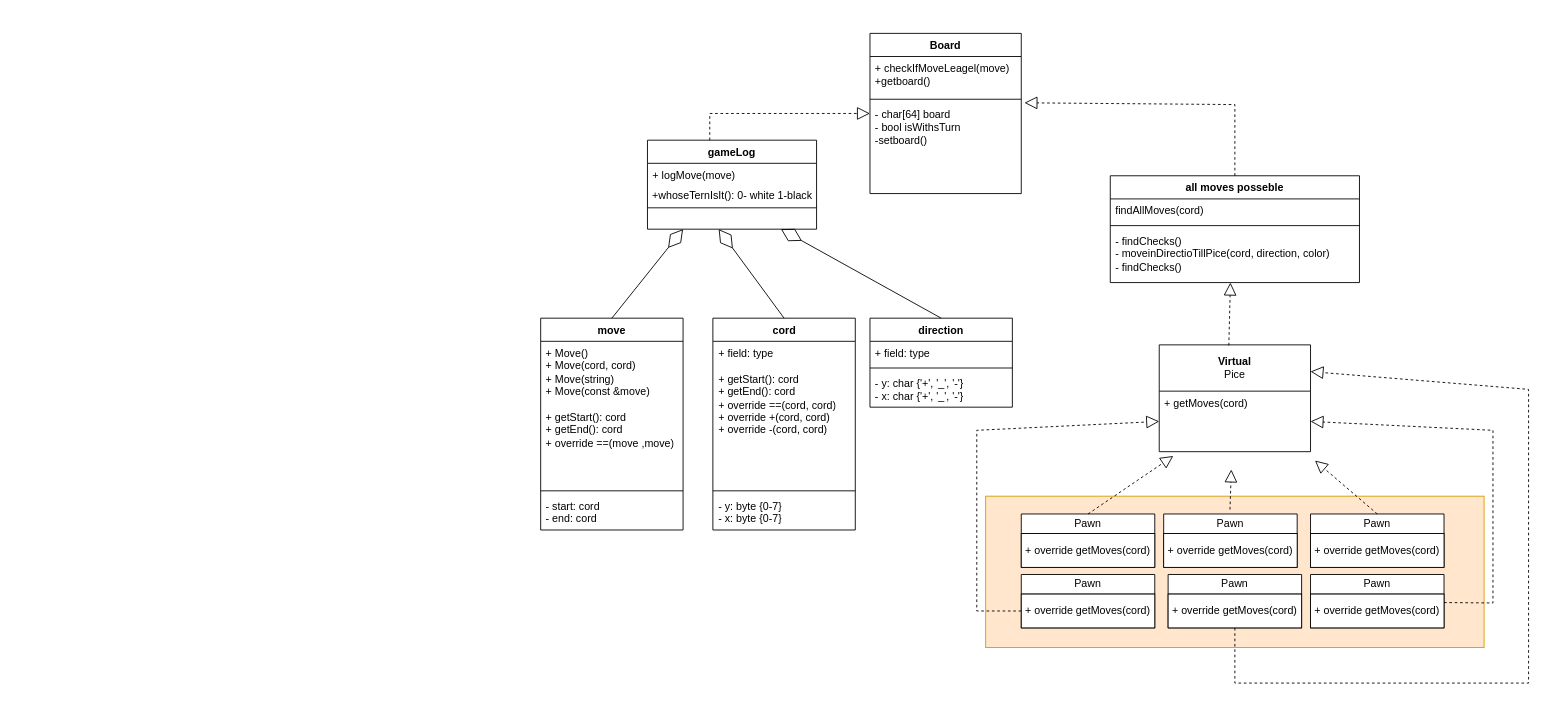
MikeMal13/MIkeMal13.Github.io keeps this draw.io diagram as Untitled Diagram.drawio. Above is the earlier version. Source tidied: cells renumbered, new cells numbered last; positions are measured from the earlier drawing's top-left corner, leaving out a move shared by most shapes. Both pictures are drawn from the tidied source at 89%, with x=0, y=0 at pixel (540, 33).
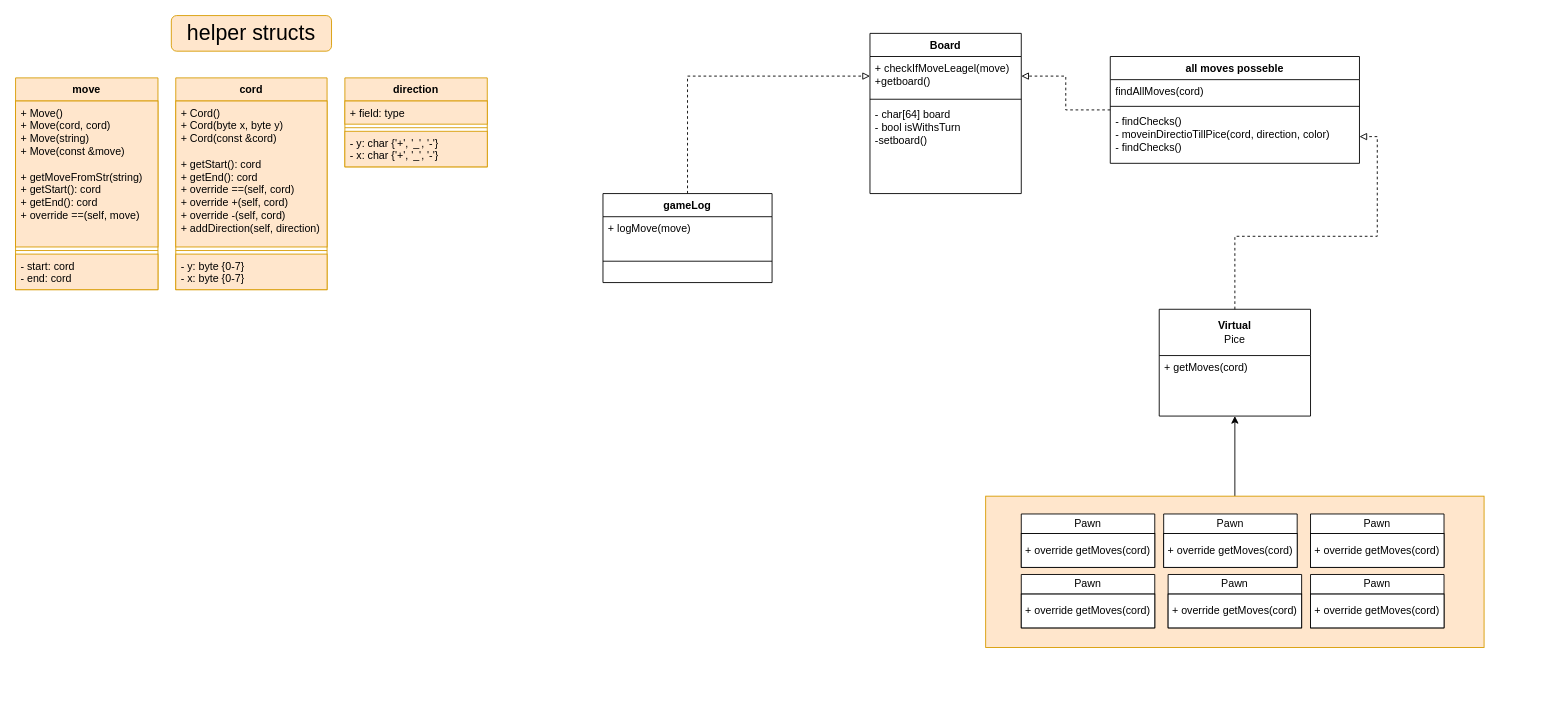
The same page after the edit.

The change refers to these unchanged cells:
```xml
<mxCell id="2" style="html=1;whiteSpace=wrap;fillColor=#ffe6cc;strokeColor=#d79b00;" parent="1" vertex="1">
  <mxGeometry x="500" y="520" width="560" height="170" as="geometry" />
</mxCell>
<mxCell id="4" value="+ checkIfMoveLeagel(move)&lt;br&gt;+getboard()" style="text;strokeColor=none;fillColor=none;align=left;verticalAlign=top;spacingLeft=4;spacingRight=4;overflow=hidden;points=[[0,0.5],[1,0.5]];portConstraint=eastwest;whiteSpace=wrap;html=1;" parent="3" vertex="1">
  <mxGeometry y="26" width="170" height="44" as="geometry" />
</mxCell>
<mxCell id="6" value="&lt;div&gt;- char[64] board&lt;/div&gt;&lt;div&gt;- bool isWithsTurn&lt;br&gt;-setboard()&lt;/div&gt;" style="text;strokeColor=none;fillColor=none;align=left;verticalAlign=top;spacingLeft=4;spacingRight=4;overflow=hidden;points=[[0,0.5],[1,0.5]];portConstraint=eastwest;whiteSpace=wrap;html=1;" parent="3" vertex="1">
  <mxGeometry y="78" width="170" height="102" as="geometry" />
</mxCell>
<mxCell id="10" value="- findChecks()&lt;br&gt;- moveinDirectioTillPice(cord, direction, color)&lt;br&gt;- findChecks()" style="text;strokeColor=none;fillColor=none;align=left;verticalAlign=top;spacingLeft=4;spacingRight=4;overflow=hidden;points=[[0,0.5],[1,0.5]];portConstraint=eastwest;whiteSpace=wrap;html=1;" parent="7" vertex="1">
  <mxGeometry y="60" width="280" height="60" as="geometry" />
</mxCell>
<mxCell id="12" value="+ getMoves(cord)&lt;br&gt;" style="text;strokeColor=none;fillColor=none;align=left;verticalAlign=top;spacingLeft=4;spacingRight=4;overflow=hidden;points=[[0,0.5],[1,0.5]];portConstraint=eastwest;whiteSpace=wrap;html=1;" parent="11" vertex="1">
  <mxGeometry y="52" width="170" height="68" as="geometry" />
</mxCell>
<mxCell id="14" value="+ override getMoves(cord)" style="rounded=0;whiteSpace=wrap;html=1;" parent="13" vertex="1">
  <mxGeometry y="22" width="150" height="38" as="geometry" />
</mxCell>
<mxCell id="16" value="+ override getMoves(cord)" style="rounded=0;whiteSpace=wrap;html=1;" parent="15" vertex="1">
  <mxGeometry y="22" width="150" height="38" as="geometry" />
</mxCell>
<mxCell id="18" value="+ override getMoves(cord)" style="rounded=0;whiteSpace=wrap;html=1;" parent="17" vertex="1">
  <mxGeometry y="22" width="150" height="38" as="geometry" />
</mxCell>
<mxCell id="23" value="Pawn" style="swimlane;fontStyle=0;horizontal=1;startSize=22;fillColor=default;whiteSpace=wrap;html=1;swimlaneFillColor=default;" parent="1" vertex="1">
  <mxGeometry x="540" y="540" width="150" height="60" as="geometry" />
</mxCell>
```

Change to the diagram source:
```diff
@@
+    <mxCell id="53" style="edgeStyle=orthogonalEdgeStyle;rounded=0;jettySize=auto;html=1;" parent="1" edge="1" source="2" target="11">
+      <mxGeometry relative="1" as="geometry" />
+    </mxCell>
@@
+    <mxCell id="54" style="edgeStyle=orthogonalEdgeStyle;rounded=0;jettySize=auto;html=1;entryX=1;entryY=0.5;entryDx=0;entryDy=0;dashed=1;endArrow=block;endFill=0;" parent="1" edge="1" source="7" target="4">
+      <mxGeometry relative="1" as="geometry" />
+    </mxCell>
     <mxCell id="7" value="all moves posseble" style="swimlane;fontStyle=1;align=center;verticalAlign=top;horizontal=1;startSize=26;whiteSpace=wrap;html=1;" parent="1" vertex="1">
-      <mxGeometry x="640" y="160" width="280" height="120" as="geometry" />
+      <mxGeometry x="640" y="26" width="280" height="120" as="geometry" />
     </mxCell>
@@
+    <mxCell id="55" style="edgeStyle=orthogonalEdgeStyle;rounded=0;jettySize=auto;html=1;entryX=1;entryY=0.5;entryDx=0;entryDy=0;dashed=1;endArrow=block;endFill=0;" parent="1" edge="1" source="11" target="10">
+      <mxGeometry relative="1" as="geometry" />
+    </mxCell>
     <mxCell id="11" value="&lt;b&gt;Virtual&lt;/b&gt;&lt;br&gt;Pice" style="swimlane;fontStyle=0;horizontal=1;startSize=52;fillColor=none;whiteSpace=wrap;html=1;" parent="1" vertex="1">
-      <mxGeometry x="695" y="350" width="170" height="120" as="geometry" />
+      <mxGeometry x="695" y="310" width="170" height="120" as="geometry" />
     </mxCell>
@@
+    <mxCell id="56" style="edgeStyle=orthogonalEdgeStyle;rounded=0;jettySize=auto;html=1;dashed=1;endArrow=block;endFill=0;" parent="1" edge="1" source="25" target="4">
+      <mxGeometry relative="1" as="geometry" />
+    </mxCell>
     <mxCell id="25" value="gameLog" style="swimlane;fontStyle=1;align=center;verticalAlign=top;horizontal=1;startSize=26;whiteSpace=wrap;html=1;" parent="1" vertex="1">
-      <mxGeometry x="120" y="120" width="190" height="100" as="geometry" />
+      <mxGeometry x="70" y="180" width="190" height="100" as="geometry" />
     </mxCell>
-    <mxCell id="26" style="endArrow=block;dashed=1;endFill=0;endSize=12;html=1;rounded=0;" parent="25" edge="1">
-      <mxGeometry relative="1" as="geometry">
-        <mxPoint x="70" as="sourcePoint" />
-        <mxPoint x="250" y="-30" as="targetPoint" />
-        <Array as="points">
-          <mxPoint x="70" y="-30" />
-        </Array>
-      </mxGeometry>
-    </mxCell>
@@
-    <mxCell id="29" value="cord" style="swimlane;fontStyle=1;align=center;verticalAlign=top;horizontal=1;startSize=26;whiteSpace=wrap;html=1;" parent="1" vertex="1">
-      <mxGeometry x="193.5" y="320" width="160" height="238" as="geometry" />
+    <mxCell id="29" value="cord" style="swimlane;fontStyle=1;align=center;verticalAlign=top;horizontal=1;startSize=26;whiteSpace=wrap;html=1;fillColor=#ffe6cc;strokeColor=#d79b00;" parent="1" vertex="1">
+      <mxGeometry x="-410" y="50" width="170" height="238" as="geometry" />
     </mxCell>
-    <mxCell id="30" value="&lt;div&gt;+ field: type&lt;/div&gt;&lt;div&gt;&lt;br&gt;&lt;/div&gt;&lt;div&gt;&lt;div&gt;+ getStart(): cord&lt;/div&gt;&lt;div&gt;+ getEnd(): cord&lt;br&gt;+ override ==(cord, cord)&lt;/div&gt;+ override +(cord, cord)&lt;/div&gt;&lt;div&gt;+ override -(cord, cord)&lt;/div&gt;" style="text;strokeColor=none;fillColor=none;align=left;verticalAlign=top;spacingLeft=4;spacingRight=4;overflow=hidden;whiteSpace=wrap;html=1;" parent="29" vertex="1">
-      <mxGeometry y="26" width="160" height="164" as="geometry" />
+    <mxCell id="30" value="&lt;div&gt;+ Cord()&lt;/div&gt;&lt;div&gt;+ Cord(byte x, byte y)&lt;/div&gt;&lt;div&gt;+ Cord(const &amp;amp;cord)&lt;br&gt;&lt;/div&gt;&lt;div&gt;&lt;br&gt;&lt;/div&gt;&lt;div&gt;+ getStart(): cord&lt;/div&gt;&lt;div&gt;&lt;div&gt;+ getEnd(): cord&lt;br&gt;+ override ==(self, cord)&lt;/div&gt;+ override +(self, cord)&lt;/div&gt;&lt;div&gt;+ override -(self, cord)&lt;/div&gt;&lt;div&gt;+ addDirection(self, direction)&lt;br&gt;&lt;/div&gt;&lt;div&gt;&lt;br&gt;&lt;/div&gt;" style="text;strokeColor=#d79b00;fillColor=#ffe6cc;align=left;verticalAlign=top;spacingLeft=4;spacingRight=4;overflow=hidden;whiteSpace=wrap;html=1;" parent="29" vertex="1">
+      <mxGeometry y="26" width="170" height="164" as="geometry" />
     </mxCell>
-    <mxCell id="31" style="line;strokeWidth=1;fillColor=none;align=left;verticalAlign=middle;spacingTop=-1;spacingLeft=3;spacingRight=3;labelPosition=right;strokeColor=inherit;" parent="29" vertex="1">
-      <mxGeometry y="190" width="160" height="8" as="geometry" />
+    <mxCell id="31" style="line;strokeWidth=1;fillColor=#ffe6cc;align=left;verticalAlign=middle;spacingTop=-1;spacingLeft=3;spacingRight=3;labelPosition=right;strokeColor=#d79b00;" parent="29" vertex="1">
+      <mxGeometry y="190" width="170" height="8" as="geometry" />
     </mxCell>
-    <mxCell id="32" value="&lt;div&gt;- y: byte {0-7}&lt;br&gt;&lt;/div&gt;&lt;div&gt;- x: byte {0-7}&lt;br&gt;&lt;/div&gt;" style="text;strokeColor=none;fillColor=none;align=left;verticalAlign=top;spacingLeft=4;spacingRight=4;overflow=hidden;whiteSpace=wrap;html=1;" parent="29" vertex="1">
-      <mxGeometry y="198" width="160" height="40" as="geometry" />
+    <mxCell id="32" value="&lt;div&gt;- y: byte {0-7}&lt;br&gt;&lt;/div&gt;&lt;div&gt;- x: byte {0-7}&lt;br&gt;&lt;/div&gt;" style="text;strokeColor=#d79b00;fillColor=#ffe6cc;align=left;verticalAlign=top;spacingLeft=4;spacingRight=4;overflow=hidden;whiteSpace=wrap;html=1;" parent="29" vertex="1">
+      <mxGeometry y="198" width="170" height="40" as="geometry" />
     </mxCell>
-    <mxCell id="33" value="direction" style="swimlane;fontStyle=1;align=center;verticalAlign=top;horizontal=1;startSize=26;whiteSpace=wrap;html=1;" parent="1" vertex="1">
-      <mxGeometry x="370" y="320" width="160" height="100" as="geometry" />
+    <mxCell id="33" value="direction" style="swimlane;fontStyle=1;align=center;verticalAlign=top;horizontal=1;startSize=26;whiteSpace=wrap;html=1;fillColor=#ffe6cc;strokeColor=#d79b00;" parent="1" vertex="1">
+      <mxGeometry x="-220" y="50" width="160" height="100" as="geometry" />
     </mxCell>
-    <mxCell id="34" value="+ field: type" style="text;strokeColor=none;fillColor=none;align=left;verticalAlign=top;spacingLeft=4;spacingRight=4;overflow=hidden;whiteSpace=wrap;html=1;" parent="33" vertex="1">
+    <mxCell id="34" value="+ field: type" style="text;strokeColor=#d79b00;fillColor=#ffe6cc;align=left;verticalAlign=top;spacingLeft=4;spacingRight=4;overflow=hidden;whiteSpace=wrap;html=1;" parent="33" vertex="1">
       <mxGeometry y="26" width="160" height="26" as="geometry" />
     </mxCell>
-    <mxCell id="35" style="line;strokeWidth=1;fillColor=none;align=left;verticalAlign=middle;spacingTop=-1;spacingLeft=3;spacingRight=3;labelPosition=right;strokeColor=inherit;" parent="33" vertex="1">
+    <mxCell id="35" style="line;strokeWidth=1;fillColor=#ffe6cc;align=left;verticalAlign=middle;spacingTop=-1;spacingLeft=3;spacingRight=3;labelPosition=right;strokeColor=#d79b00;" parent="33" vertex="1">
       <mxGeometry y="52" width="160" height="8" as="geometry" />
     </mxCell>
-    <mxCell id="36" value="&lt;div&gt;- y: char {'+', '_', '-'}&lt;/div&gt;&lt;div&gt;- x: char {'+', '_', '-'}&lt;/div&gt;" style="text;strokeColor=none;fillColor=none;align=left;verticalAlign=top;spacingLeft=4;spacingRight=4;overflow=hidden;whiteSpace=wrap;html=1;" parent="33" vertex="1">
+    <mxCell id="36" value="&lt;div&gt;- y: char {'+', '_', '-'}&lt;/div&gt;&lt;div&gt;- x: char {'+', '_', '-'}&lt;/div&gt;" style="text;strokeColor=#d79b00;fillColor=#ffe6cc;align=left;verticalAlign=top;spacingLeft=4;spacingRight=4;overflow=hidden;whiteSpace=wrap;html=1;" parent="33" vertex="1">
       <mxGeometry y="60" width="160" height="40" as="geometry" />
     </mxCell>
-    <mxCell id="37" value="move" style="swimlane;fontStyle=1;align=center;verticalAlign=top;horizontal=1;startSize=26;whiteSpace=wrap;html=1;" parent="1" vertex="1">
-      <mxGeometry y="320" width="160" height="238" as="geometry" />
+    <mxCell id="37" value="move" style="swimlane;fontStyle=1;align=center;verticalAlign=top;horizontal=1;startSize=26;whiteSpace=wrap;html=1;fillColor=#ffe6cc;strokeColor=#d79b00;" parent="1" vertex="1">
+      <mxGeometry x="-590" y="50" width="160" height="238" as="geometry" />
     </mxCell>
-    <mxCell id="38" value="&lt;div&gt;+ Move()&lt;br&gt;&lt;/div&gt;&lt;div&gt;+ Move(cord, cord)&lt;/div&gt;&lt;div&gt;+ Move(string)&lt;/div&gt;&lt;div&gt;+ Move(const &amp;amp;move)&lt;br&gt;&lt;/div&gt;&lt;div&gt;&lt;br&gt;&lt;/div&gt;&lt;div&gt;+ getStart(): cord&lt;/div&gt;&lt;div&gt;+ getEnd(): cord&lt;br&gt;+ override ==(move ,move)&lt;/div&gt;" style="text;strokeColor=none;fillColor=none;align=left;verticalAlign=top;spacingLeft=4;spacingRight=4;overflow=hidden;whiteSpace=wrap;html=1;" parent="37" vertex="1">
+    <mxCell id="38" value="&lt;div&gt;+ Move()&lt;br&gt;&lt;/div&gt;&lt;div&gt;+ Move(cord, cord)&lt;/div&gt;&lt;div&gt;+ Move(string)&lt;/div&gt;&lt;div&gt;+ Move(const &amp;amp;move)&lt;br&gt;&lt;/div&gt;&lt;div&gt;&lt;br&gt;&lt;/div&gt;&lt;div&gt;+ getMoveFromStr(string)&lt;br&gt;&lt;/div&gt;&lt;div&gt;+ getStart(): cord&lt;/div&gt;&lt;div&gt;+ getEnd(): cord&lt;br&gt;+ override ==(self, move)&lt;/div&gt;" style="text;strokeColor=#d79b00;fillColor=#ffe6cc;align=left;verticalAlign=top;spacingLeft=4;spacingRight=4;overflow=hidden;whiteSpace=wrap;html=1;" parent="37" vertex="1">
       <mxGeometry y="26" width="160" height="164" as="geometry" />
     </mxCell>
-    <mxCell id="39" style="line;strokeWidth=1;fillColor=none;align=left;verticalAlign=middle;spacingTop=-1;spacingLeft=3;spacingRight=3;labelPosition=right;strokeColor=inherit;" parent="37" vertex="1">
+    <mxCell id="39" style="line;strokeWidth=1;fillColor=#ffe6cc;align=left;verticalAlign=middle;spacingTop=-1;spacingLeft=3;spacingRight=3;labelPosition=right;strokeColor=#d79b00;" parent="37" vertex="1">
       <mxGeometry y="190" width="160" height="8" as="geometry" />
     </mxCell>
-    <mxCell id="40" value="&lt;div&gt;- start: cord&lt;br&gt;&lt;/div&gt;&lt;div&gt;- end: cord&lt;br&gt;&lt;/div&gt;" style="text;strokeColor=none;fillColor=none;align=left;verticalAlign=top;spacingLeft=4;spacingRight=4;overflow=hidden;whiteSpace=wrap;html=1;" parent="37" vertex="1">
+    <mxCell id="40" value="&lt;div&gt;- start: cord&lt;br&gt;&lt;/div&gt;&lt;div&gt;- end: cord&lt;br&gt;&lt;/div&gt;" style="text;strokeColor=#d79b00;fillColor=#ffe6cc;align=left;verticalAlign=top;spacingLeft=4;spacingRight=4;overflow=hidden;whiteSpace=wrap;html=1;" parent="37" vertex="1">
       <mxGeometry y="198" width="160" height="40" as="geometry" />
     </mxCell>
-    <mxCell id="41" style="endArrow=block;dashed=1;endFill=0;endSize=12;html=1;rounded=0;exitX=0.46;exitY=0.005;exitDx=0;exitDy=0;exitPerimeter=0;" parent="1" edge="1" source="11">
-      <mxGeometry relative="1" as="geometry">
-        <mxPoint x="775" y="280" as="targetPoint" />
-      </mxGeometry>
-    </mxCell>
-    <mxCell id="42" style="endArrow=block;dashed=1;endFill=0;endSize=12;html=1;rounded=0;" parent="1" edge="1">
-      <mxGeometry relative="1" as="geometry">
-        <mxPoint x="940" y="540" as="sourcePoint" />
-        <mxPoint x="870" y="480" as="targetPoint" />
-        <Array as="points">
-          <mxPoint x="940" y="540" />
-        </Array>
-      </mxGeometry>
-    </mxCell>
-    <mxCell id="43" style="endArrow=block;dashed=1;endFill=0;endSize=12;html=1;rounded=0;entryX=1.021;entryY=0;entryDx=0;entryDy=0;exitX=0.5;exitY=0;exitDx=0;exitDy=0;entryPerimeter=0;" parent="1" edge="1" source="7" target="6">
-      <mxGeometry relative="1" as="geometry">
-        <Array as="points">
-          <mxPoint x="780" y="80" />
-        </Array>
-      </mxGeometry>
-    </mxCell>
-    <mxCell id="44" style="endArrow=block;dashed=1;endFill=0;endSize=12;html=1;rounded=0;entryX=0.093;entryY=1.071;entryDx=0;entryDy=0;exitX=0.5;exitY=0;exitDx=0;exitDy=0;entryPerimeter=0;" parent="1" edge="1" source="23" target="12">
-      <mxGeometry relative="1" as="geometry" />
-    </mxCell>
-    <mxCell id="45" style="endArrow=block;dashed=1;endFill=0;endSize=12;html=1;rounded=0;entryX=1;entryY=0.5;entryDx=0;entryDy=0;exitX=1;exitY=0.25;exitDx=0;exitDy=0;" parent="1" edge="1" source="18" target="12">
-      <mxGeometry relative="1" as="geometry">
-        <Array as="points">
-          <mxPoint x="1070" y="640" />
-          <mxPoint x="1070" y="446" />
-        </Array>
-      </mxGeometry>
-    </mxCell>
-    <mxCell id="46" style="endArrow=block;dashed=1;endFill=0;endSize=12;html=1;rounded=0;exitX=0.5;exitY=0;exitDx=0;exitDy=0;" parent="1" edge="1">
-      <mxGeometry relative="1" as="geometry">
-        <mxPoint x="774.5" y="535" as="sourcePoint" />
-        <mxPoint x="776" y="490" as="targetPoint" />
-      </mxGeometry>
-    </mxCell>
-    <mxCell id="47" style="endArrow=block;dashed=1;endFill=0;endSize=12;html=1;rounded=0;entryX=0;entryY=0.5;entryDx=0;entryDy=0;exitX=0;exitY=0.5;exitDx=0;exitDy=0;" parent="1" edge="1" source="14" target="12">
-      <mxGeometry relative="1" as="geometry">
-        <Array as="points">
-          <mxPoint x="490" y="649" />
-          <mxPoint x="490" y="446" />
-        </Array>
-      </mxGeometry>
-    </mxCell>
-    <mxCell id="48" style="endArrow=block;dashed=1;endFill=0;endSize=12;html=1;rounded=0;entryX=1;entryY=0.25;entryDx=0;entryDy=0;exitX=0.5;exitY=1;exitDx=0;exitDy=0;" parent="1" edge="1" source="16" target="11">
-      <mxGeometry relative="1" as="geometry">
-        <Array as="points">
-          <mxPoint x="780" y="730" />
-          <mxPoint x="1110" y="730" />
-          <mxPoint x="1110" y="400" />
-        </Array>
-      </mxGeometry>
-    </mxCell>
-    <mxCell id="49" style="endArrow=diamondThin;endFill=0;endSize=24;html=1;rounded=0;exitX=0.5;exitY=0;exitDx=0;exitDy=0;" parent="1" edge="1" source="29">
-      <mxGeometry relative="1" as="geometry">
-        <mxPoint x="200" y="220" as="targetPoint" />
-      </mxGeometry>
-    </mxCell>
-    <mxCell id="50" style="endArrow=diamondThin;endFill=0;endSize=24;html=1;rounded=0;exitX=0.5;exitY=0;exitDx=0;exitDy=0;" parent="1" edge="1" source="37">
-      <mxGeometry relative="1" as="geometry">
-        <mxPoint x="160" y="220" as="targetPoint" />
-      </mxGeometry>
-    </mxCell>
-    <mxCell id="51" value="+whoseTernIsIt(): 0- white 1-black" style="text;html=1;align=center;verticalAlign=middle;strokeColor=none;fillColor=none;" parent="1" vertex="1">
-      <mxGeometry x="115" y="168" width="200" height="30" as="geometry" />
-    </mxCell>
-    <mxCell id="52" style="endArrow=diamondThin;endFill=0;endSize=24;html=1;rounded=0;exitX=0.5;exitY=0;exitDx=0;exitDy=0;" parent="1" edge="1" source="33">
-      <mxGeometry relative="1" as="geometry">
-        <mxPoint x="270" y="220" as="targetPoint" />
-      </mxGeometry>
-    </mxCell>
+    <mxCell id="57" value="&lt;font style=&quot;font-size: 24px;&quot;&gt;helper structs&lt;/font&gt;" style="rounded=1;whiteSpace=wrap;html=1;fillColor=#ffe6cc;strokeColor=#d79b00;" parent="1" vertex="1">
+      <mxGeometry x="-415" y="-20" width="180" height="40" as="geometry" />
+    </mxCell>
```
